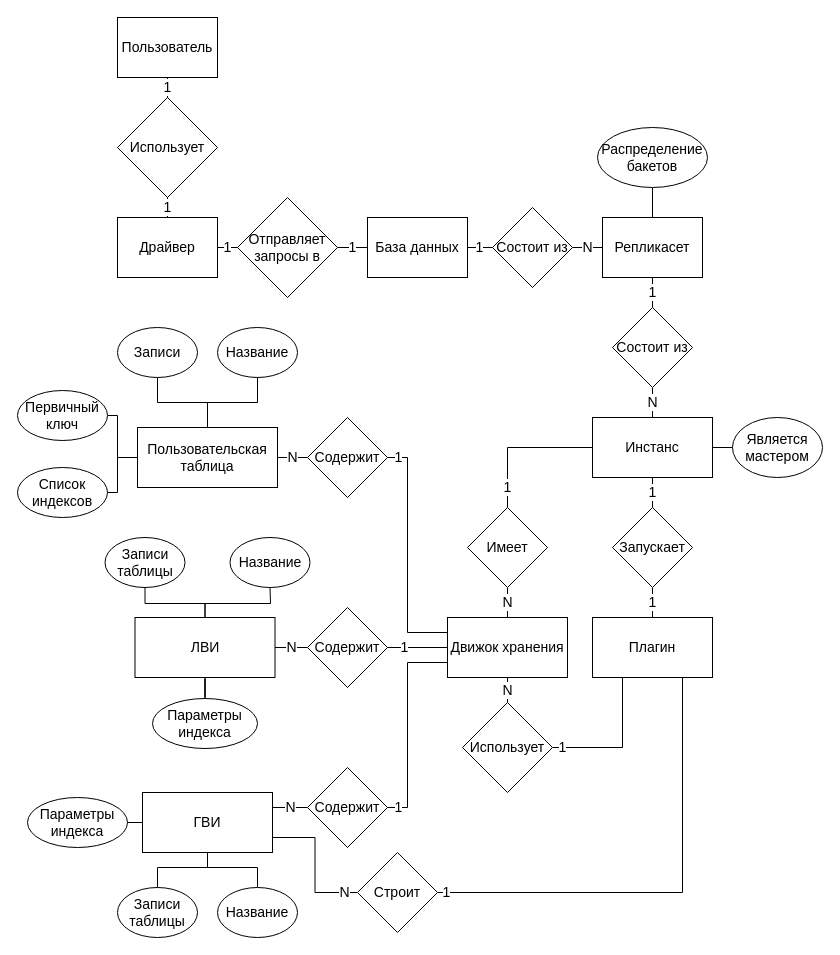
vitosotdihaet/pind keeps this draw.io diagram as page "er" (1 of 17) of schemas.drawio. Above is the earlier version. Source tidied: cells renumbered, new cells numbered last; positions are measured from the earlier drawing's top-left corner, leaving out a move shared by most shapes. Both pictures are drawn from the tidied source at 100%, with x=0, y=0 at pixel (17, 17).
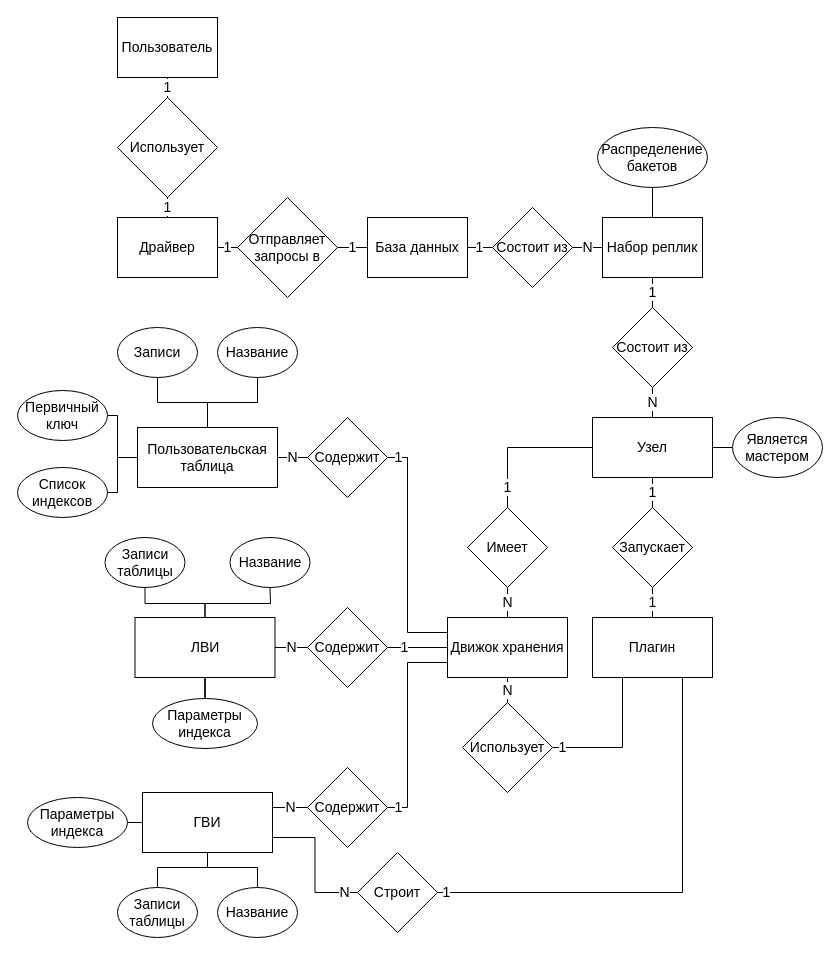
The same diagram, later.

Diff of the diagram source:
```diff
@@
-    <mxCell id="6" value="Репликасет" style="rounded=0;whiteSpace=wrap;html=1;fontSize=14;" parent="1" vertex="1">
+    <mxCell id="6" value="Набор реплик" style="rounded=0;whiteSpace=wrap;html=1;fontSize=14;" parent="1" vertex="1">
       <mxGeometry x="585" y="200" width="100" height="60" as="geometry" />
     </mxCell>
@@
-    <mxCell id="15" value="Инстанс" style="whiteSpace=wrap;html=1;rounded=0;fontSize=14;" parent="1" vertex="1">
+    <mxCell id="15" value="Узел" style="whiteSpace=wrap;html=1;rounded=0;fontSize=14;" parent="1" vertex="1">
       <mxGeometry x="575" y="400" width="120" height="60" as="geometry" />
     </mxCell>
```
